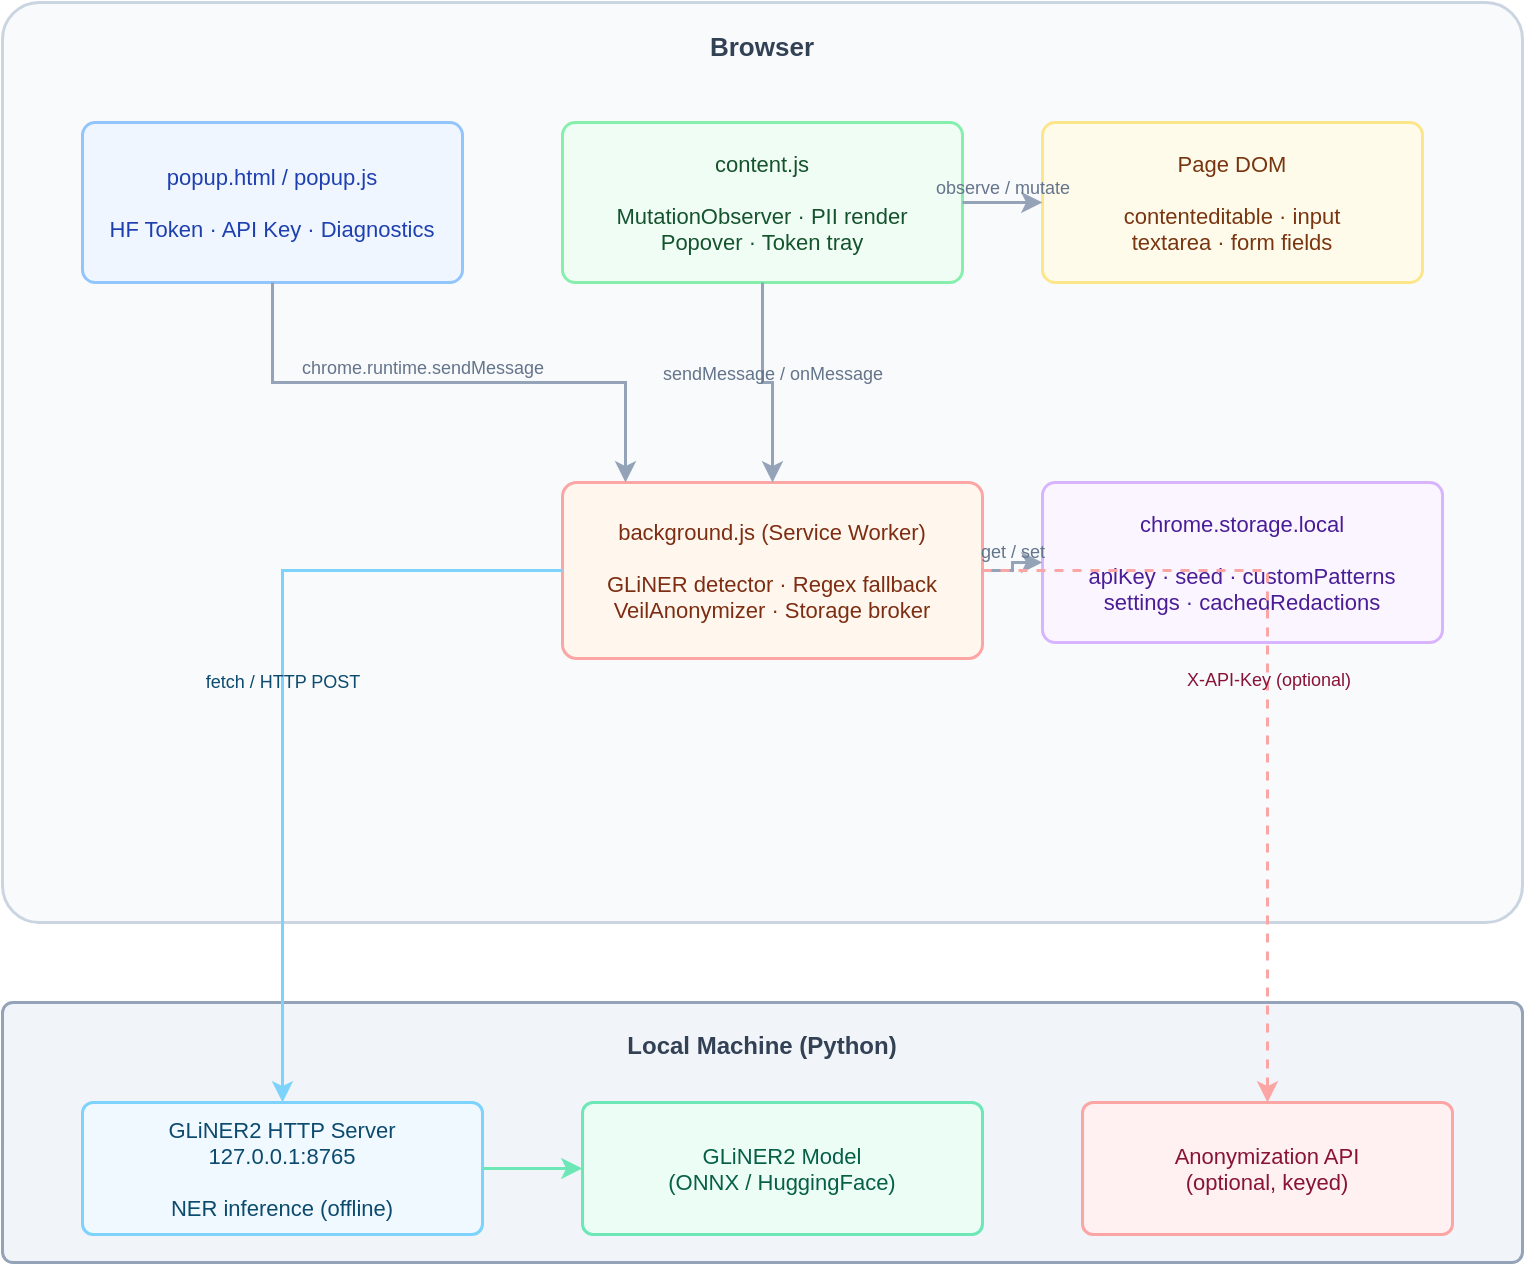
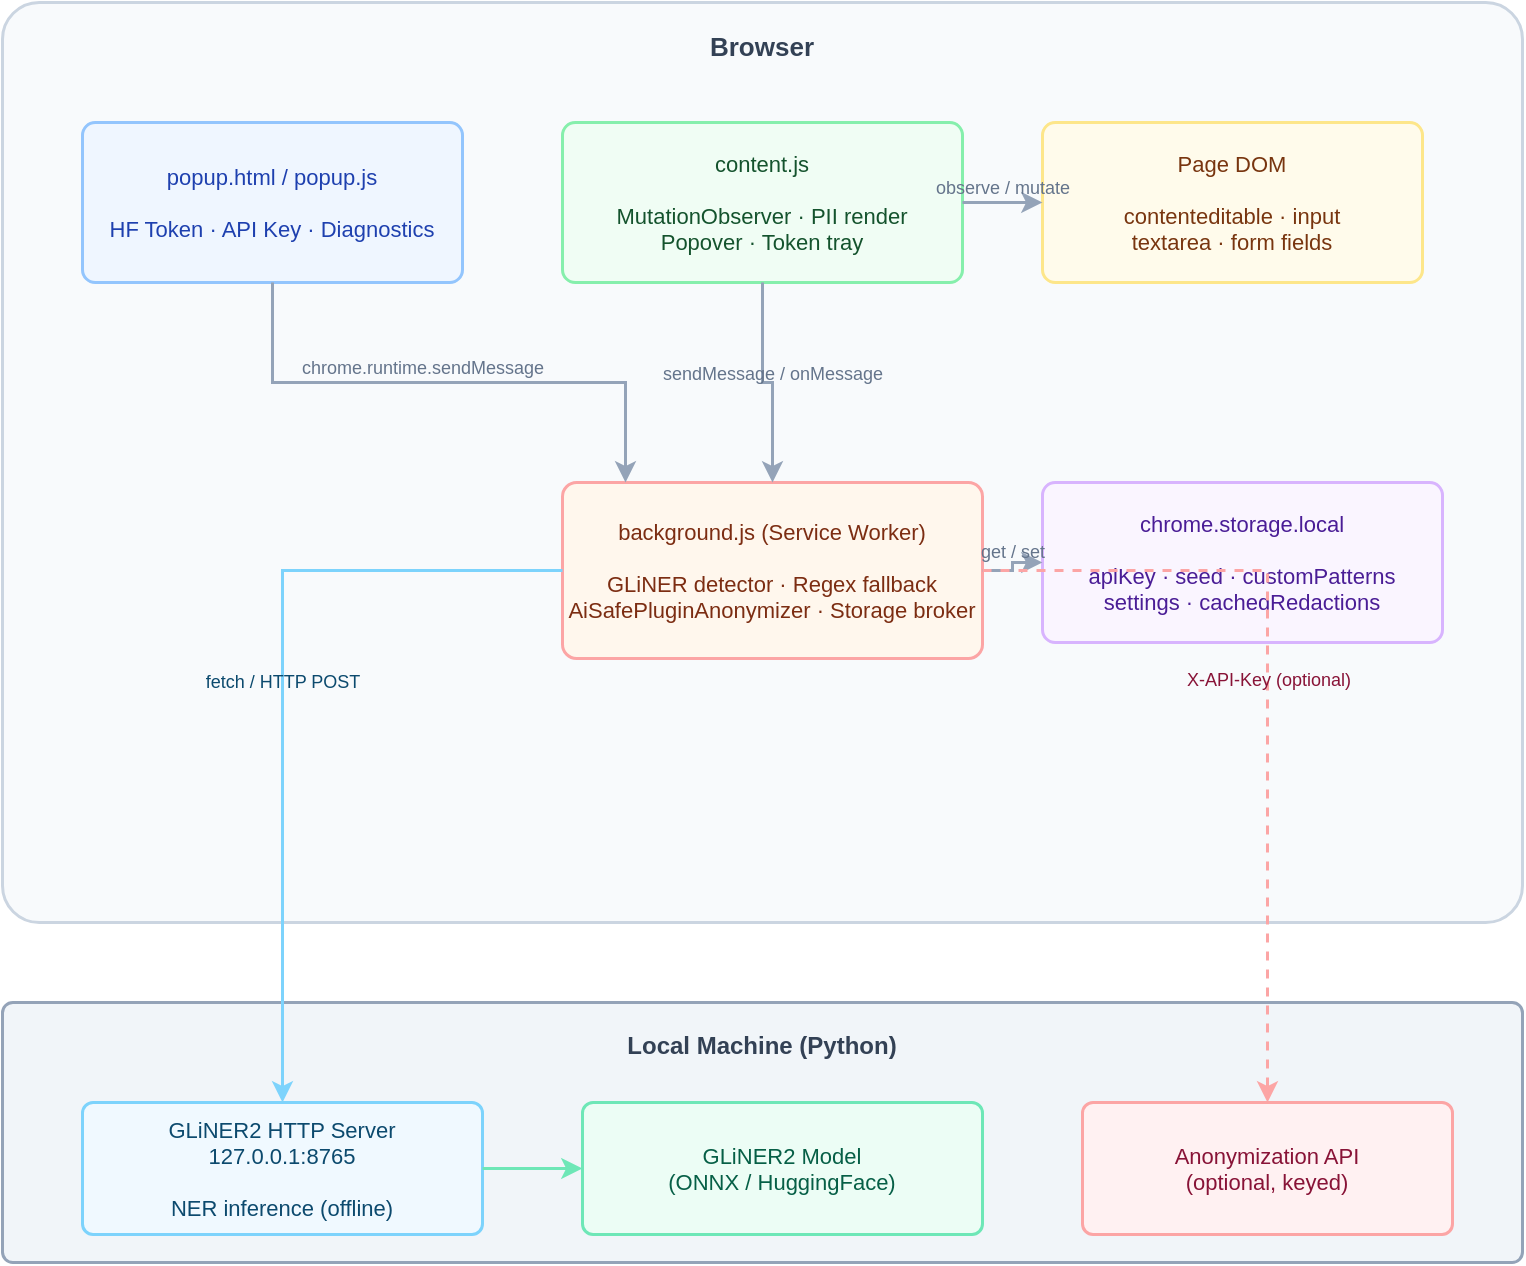
<?xml version="1.0" encoding="UTF-8"?>
<mxfile host="app.diagrams.net" version="21.0.0">
-   <diagram name="Veil Architecture" id="veil-arch-v1">
+   <diagram name="AI-Safe Plugin Architecture" id="ai-safe-plugin-arch-v1">
    <mxGraphModel dx="1200" dy="780" grid="0" gridSize="10" guides="0" tooltips="1"
                  connect="0" arrows="0" fold="0" page="0" pageScale="1"
                  pageWidth="1169" pageHeight="827" math="0" shadow="0">
      <root>
        <mxCell id="0"/>
        <mxCell id="1" parent="0"/>

        <!-- ── BROWSER BOUNDARY ── -->
        <mxCell id="browser" value="Browser" style="rounded=1;arcSize=4;fillColor=#F8FAFC;strokeColor=#CBD5E1;strokeWidth=1.5;fontStyle=1;fontSize=13;fontColor=#334155;verticalAlign=top;spacingTop=8;" vertex="1" parent="1">
          <mxGeometry x="40" y="40" width="760" height="460" as="geometry"/>
        </mxCell>

        <!-- ── POPUP ── -->
        <mxCell id="popup" value="popup.html / popup.js&#xa;&#xa;HF Token · API Key · Diagnostics" style="rounded=1;arcSize=8;fillColor=#EFF6FF;strokeColor=#93C5FD;strokeWidth=1.5;fontSize=11;fontColor=#1E40AF;align=center;" vertex="1" parent="1">
          <mxGeometry x="80" y="100" width="190" height="80" as="geometry"/>
        </mxCell>

        <!-- ── CONTENT SCRIPT ── -->
        <mxCell id="content" value="content.js&#xa;&#xa;MutationObserver · PII render&#xa;Popover · Token tray" style="rounded=1;arcSize=8;fillColor=#F0FDF4;strokeColor=#86EFAC;strokeWidth=1.5;fontSize=11;fontColor=#14532D;align=center;" vertex="1" parent="1">
          <mxGeometry x="320" y="100" width="200" height="80" as="geometry"/>
        </mxCell>

        <!-- ── BACKGROUND ── -->
-         <mxCell id="bg" value="background.js (Service Worker)&#xa;&#xa;GLiNER detector · Regex fallback&#xa;VeilAnonymizer · Storage broker" style="rounded=1;arcSize=8;fillColor=#FFF7ED;strokeColor=#FCA5A5;strokeWidth=1.5;fontSize=11;fontColor=#7C2D12;align=center;" vertex="1" parent="1">
+         <mxCell id="bg" value="background.js (Service Worker)&#xa;&#xa;GLiNER detector · Regex fallback&#xa;AiSafePluginAnonymizer · Storage broker" style="rounded=1;arcSize=8;fillColor=#FFF7ED;strokeColor=#FCA5A5;strokeWidth=1.5;fontSize=11;fontColor=#7C2D12;align=center;" vertex="1" parent="1">
          <mxGeometry x="320" y="280" width="210" height="88" as="geometry"/>
        </mxCell>

        <!-- ── STORAGE ── -->
        <mxCell id="storage" value="chrome.storage.local&#xa;&#xa;apiKey · seed · customPatterns&#xa;settings · cachedRedactions" style="rounded=1;arcSize=8;fillColor=#FAF5FF;strokeColor=#D8B4FE;strokeWidth=1.5;fontSize=11;fontColor=#4A1D96;align=center;" vertex="1" parent="1">
          <mxGeometry x="560" y="280" width="200" height="80" as="geometry"/>
        </mxCell>

        <!-- ── PAGE DOM ── -->
        <mxCell id="dom" value="Page DOM&#xa;&#xa;contenteditable · input&#xa;textarea · form fields" style="rounded=1;arcSize=8;fillColor=#FFFBEB;strokeColor=#FDE68A;strokeWidth=1.5;fontSize=11;fontColor=#78350F;align=center;" vertex="1" parent="1">
          <mxGeometry x="560" y="100" width="190" height="80" as="geometry"/>
        </mxCell>

        <!-- ── LOCAL SERVER BOUNDARY ── -->
        <mxCell id="server-box" value="Local Machine (Python)" style="rounded=1;arcSize=4;fillColor=#F1F5F9;strokeColor=#94A3B8;strokeWidth=1.5;fontStyle=1;fontSize=12;fontColor=#334155;verticalAlign=top;spacingTop=8;" vertex="1" parent="1">
          <mxGeometry x="40" y="540" width="760" height="130" as="geometry"/>
        </mxCell>

        <!-- ── GLINER SERVER ── -->
        <mxCell id="gliner" value="GLiNER2 HTTP Server&#xa;127.0.0.1:8765&#xa;&#xa;NER inference (offline)" style="rounded=1;arcSize=8;fillColor=#F0F9FF;strokeColor=#7DD3FC;strokeWidth=1.5;fontSize=11;fontColor=#0C4A6E;align=center;" vertex="1" parent="1">
          <mxGeometry x="80" y="590" width="200" height="66" as="geometry"/>
        </mxCell>

        <!-- ── GLINER MODEL ── -->
        <mxCell id="model" value="GLiNER2 Model&#xa;(ONNX / HuggingFace)" style="rounded=1;arcSize=8;fillColor=#ECFDF5;strokeColor=#6EE7B7;strokeWidth=1.5;fontSize=11;fontColor=#065F46;align=center;" vertex="1" parent="1">
          <mxGeometry x="330" y="590" width="200" height="66" as="geometry"/>
        </mxCell>

        <!-- ── EXTERNAL API ── -->
        <mxCell id="api" value="Anonymization API&#xa;(optional, keyed)" style="rounded=1;arcSize=8;fillColor=#FFF1F2;strokeColor=#FCA5A5;strokeWidth=1.5;fontSize=11;fontColor=#881337;align=center;" vertex="1" parent="1">
          <mxGeometry x="580" y="590" width="185" height="66" as="geometry"/>
        </mxCell>

        <!-- ── EDGES ── -->

        <!-- popup ↔ background (chrome.runtime messages) -->
        <mxCell id="e1" style="edgeStyle=orthogonalEdgeStyle;rounded=0;strokeColor=#94A3B8;strokeWidth=1.5;exitX=0.5;exitY=1;entryX=0.15;entryY=0;fontSize=10;fontColor=#64748B;" edge="1" source="popup" target="bg" parent="1">
          <mxGeometry relative="1" as="geometry"/>
        </mxCell>
        <mxCell id="e1l" value="chrome.runtime.sendMessage" style="resizable=0;html=1;align=center;verticalAlign=bottom;labelBackgroundColor=none;fontSize=9;fontColor=#64748B;" vertex="1" connectable="0" parent="e1">
          <mxGeometry x="-0.1" relative="1" as="geometry"><mxPoint as="offset"/></mxGeometry>
        </mxCell>

        <!-- content ↔ background (chrome.runtime messages) -->
        <mxCell id="e2" style="edgeStyle=orthogonalEdgeStyle;rounded=0;strokeColor=#94A3B8;strokeWidth=1.5;exitX=0.5;exitY=1;entryX=0.5;entryY=0;fontSize=10;fontColor=#64748B;" edge="1" source="content" target="bg" parent="1">
          <mxGeometry relative="1" as="geometry"/>
        </mxCell>
        <mxCell id="e2l" value="sendMessage / onMessage" style="resizable=0;html=1;align=center;verticalAlign=bottom;labelBackgroundColor=none;fontSize=9;fontColor=#64748B;" vertex="1" connectable="0" parent="e2">
          <mxGeometry x="0.1" relative="1" as="geometry"><mxPoint as="offset"/></mxGeometry>
        </mxCell>

        <!-- content ↔ DOM -->
        <mxCell id="e3" style="edgeStyle=orthogonalEdgeStyle;rounded=0;strokeColor=#94A3B8;strokeWidth=1.5;" edge="1" source="content" target="dom" parent="1">
          <mxGeometry relative="1" as="geometry"/>
        </mxCell>
        <mxCell id="e3l" value="observe / mutate" style="resizable=0;html=1;align=center;verticalAlign=bottom;labelBackgroundColor=none;fontSize=9;fontColor=#64748B;" vertex="1" connectable="0" parent="e3">
          <mxGeometry relative="1" as="geometry"><mxPoint as="offset"/></mxGeometry>
        </mxCell>

        <!-- background ↔ storage -->
        <mxCell id="e4" style="edgeStyle=orthogonalEdgeStyle;rounded=0;strokeColor=#94A3B8;strokeWidth=1.5;" edge="1" source="bg" target="storage" parent="1">
          <mxGeometry relative="1" as="geometry"/>
        </mxCell>
        <mxCell id="e4l" value="get / set" style="resizable=0;html=1;align=center;verticalAlign=bottom;labelBackgroundColor=none;fontSize=9;fontColor=#64748B;" vertex="1" connectable="0" parent="e4">
          <mxGeometry relative="1" as="geometry"><mxPoint as="offset"/></mxGeometry>
        </mxCell>

        <!-- background → GLiNER server (fetch) -->
        <mxCell id="e5" style="edgeStyle=orthogonalEdgeStyle;rounded=0;strokeColor=#7DD3FC;strokeWidth=1.5;dashed=0;" edge="1" source="bg" target="gliner" parent="1">
          <mxGeometry relative="1" as="geometry"/>
        </mxCell>
        <mxCell id="e5l" value="fetch / HTTP POST" style="resizable=0;html=1;align=center;verticalAlign=bottom;labelBackgroundColor=none;fontSize=9;fontColor=#0C4A6E;" vertex="1" connectable="0" parent="e5">
          <mxGeometry relative="1" as="geometry"><mxPoint as="offset"/></mxGeometry>
        </mxCell>

        <!-- GLiNER server ↔ model -->
        <mxCell id="e6" style="edgeStyle=orthogonalEdgeStyle;rounded=0;strokeColor=#6EE7B7;strokeWidth=1.5;" edge="1" source="gliner" target="model" parent="1">
          <mxGeometry relative="1" as="geometry"/>
        </mxCell>

        <!-- background → external API (dashed = optional) -->
        <mxCell id="e7" style="edgeStyle=orthogonalEdgeStyle;rounded=0;strokeColor=#FCA5A5;strokeWidth=1.5;dashed=1;" edge="1" source="bg" target="api" parent="1">
          <mxGeometry relative="1" as="geometry"/>
        </mxCell>
        <mxCell id="e7l" value="X-API-Key (optional)" style="resizable=0;html=1;align=center;verticalAlign=bottom;labelBackgroundColor=none;fontSize=9;fontColor=#881337;" vertex="1" connectable="0" parent="e7">
          <mxGeometry relative="1" as="geometry"><mxPoint as="offset"/></mxGeometry>
        </mxCell>

      </root>
    </mxGraphModel>
  </diagram>
</mxfile>
